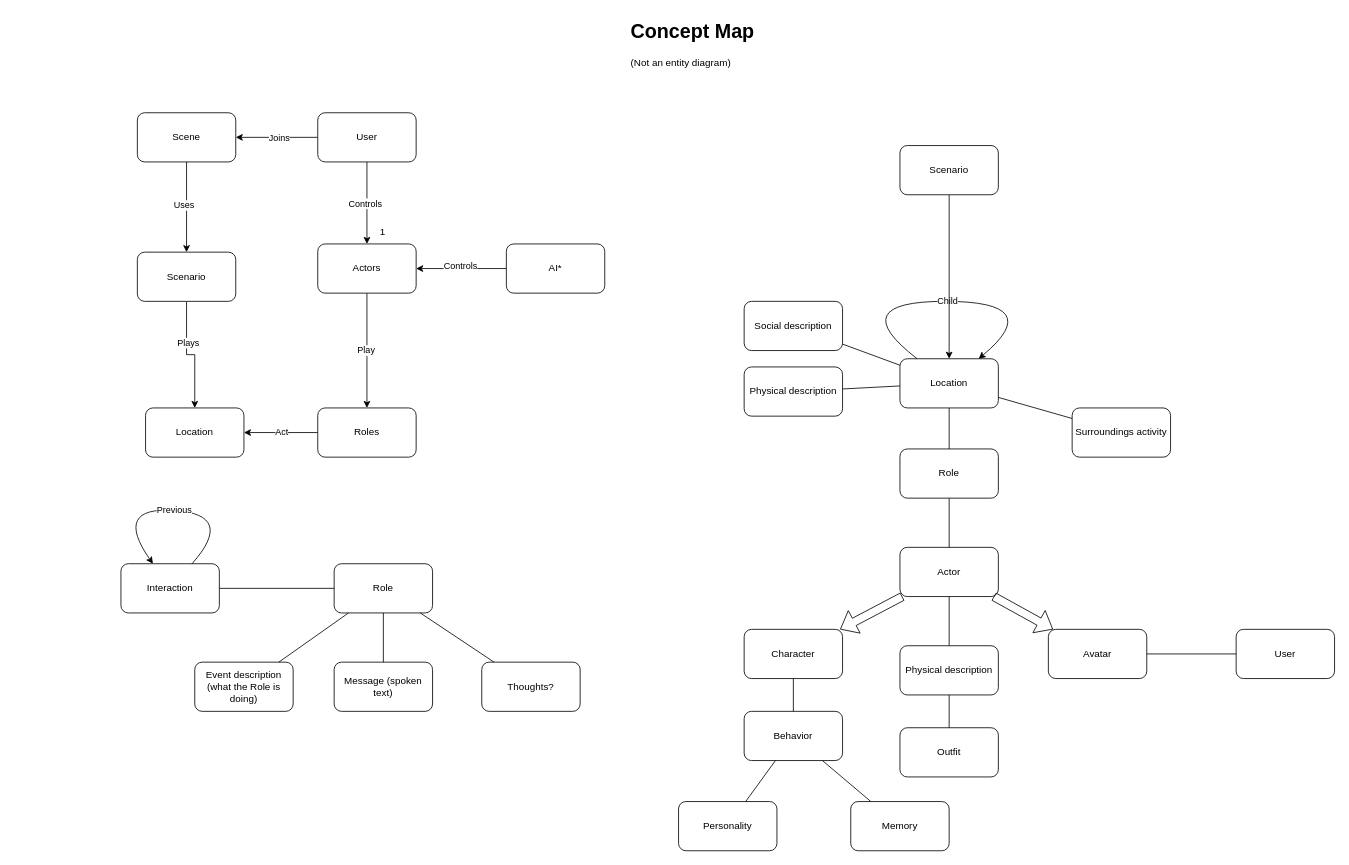
The draw.io diagram doc/conceptual map.drawio in jorgedlrg/ai-middleware, before the edit. Source tidied: cells renumbered, new cells numbered last; positions are measured from the earlier drawing's top-left corner, leaving out a move shared by most shapes. Both pictures are drawn from the tidied source at 82%, with x=0, y=0 at pixel (112, 14).
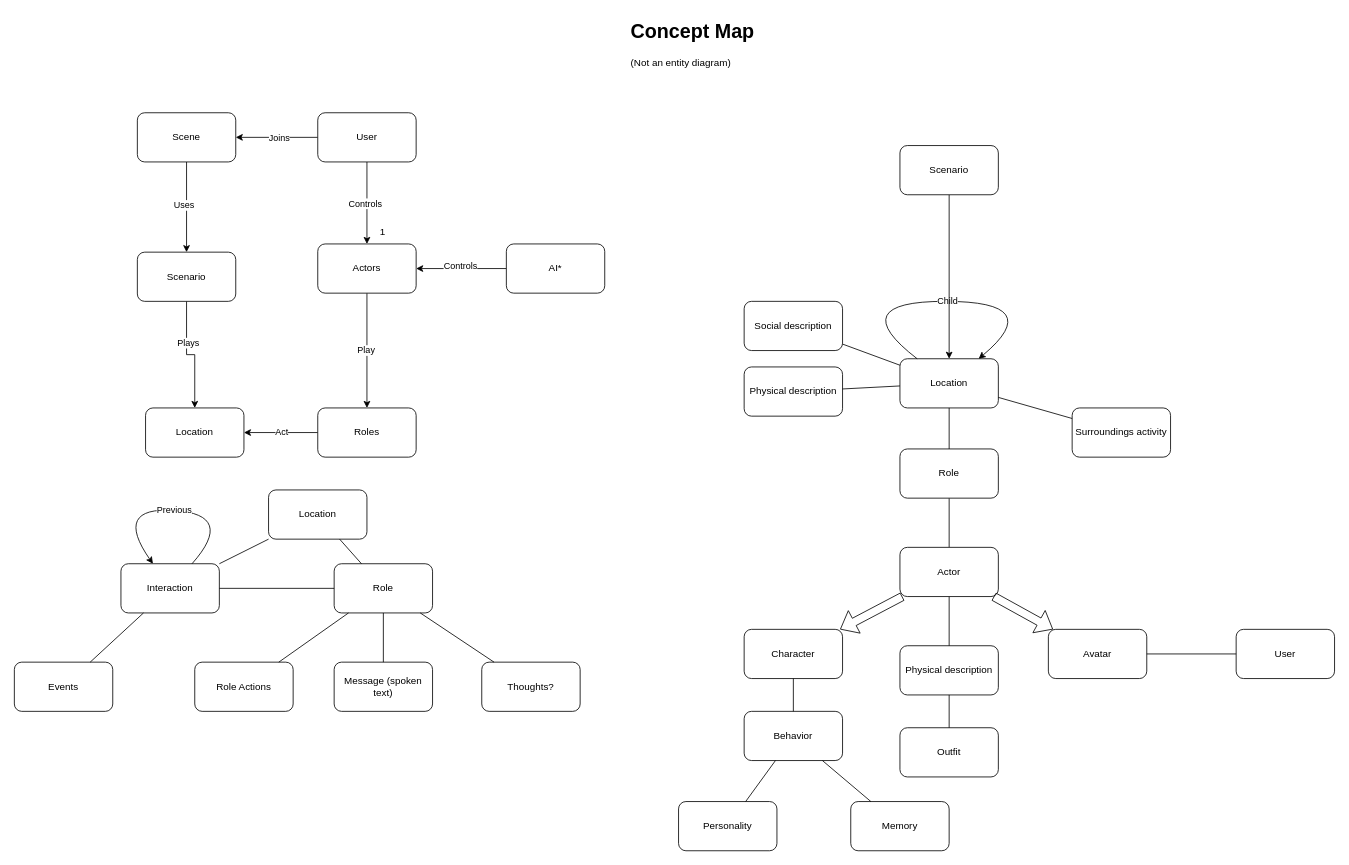
The same diagram, later.

Commit message:
:construction: Work on interactions

The change refers to these unchanged cells:
```xml
<mxCell id="56" value="Interaction" style="rounded=1;whiteSpace=wrap;html=1;" parent="1" vertex="1">
  <mxGeometry x="10" y="670" width="120" height="60" as="geometry" />
</mxCell>
<mxCell id="57" value="Role" style="rounded=1;whiteSpace=wrap;html=1;" parent="1" vertex="1">
  <mxGeometry x="270" y="670" width="120" height="60" as="geometry" />
</mxCell>
```

The edit, as a diff of the source:
```diff
@@
-    <mxCell id="62" value="Event description (what the Role is doing)" style="rounded=1;whiteSpace=wrap;html=1;" parent="1" vertex="1">
+    <mxCell id="62" value="Role Actions" style="rounded=1;whiteSpace=wrap;html=1;" parent="1" vertex="1">
       <mxGeometry x="100" y="790" width="120" height="60" as="geometry" />
     </mxCell>
@@
+    <mxCell id="67" value="Events" style="rounded=1;whiteSpace=wrap;html=1;" parent="1" vertex="1">
+      <mxGeometry x="-120" y="790" width="120" height="60" as="geometry" />
+    </mxCell>
+    <mxCell id="68" style="endArrow=none;html=1;rounded=0;" parent="1" edge="1" source="56" target="67">
+      <mxGeometry relative="1" as="geometry" />
+    </mxCell>
+    <mxCell id="69" value="Location" style="rounded=1;whiteSpace=wrap;html=1;" parent="1" vertex="1">
+      <mxGeometry x="190" y="580" width="120" height="60" as="geometry" />
+    </mxCell>
+    <mxCell id="70" style="endArrow=none;html=1;rounded=0;" parent="1" edge="1" source="69" target="56">
+      <mxGeometry relative="1" as="geometry" />
+    </mxCell>
+    <mxCell id="71" style="endArrow=none;html=1;rounded=0;" parent="1" edge="1" source="57" target="69">
+      <mxGeometry relative="1" as="geometry" />
+    </mxCell>
```
